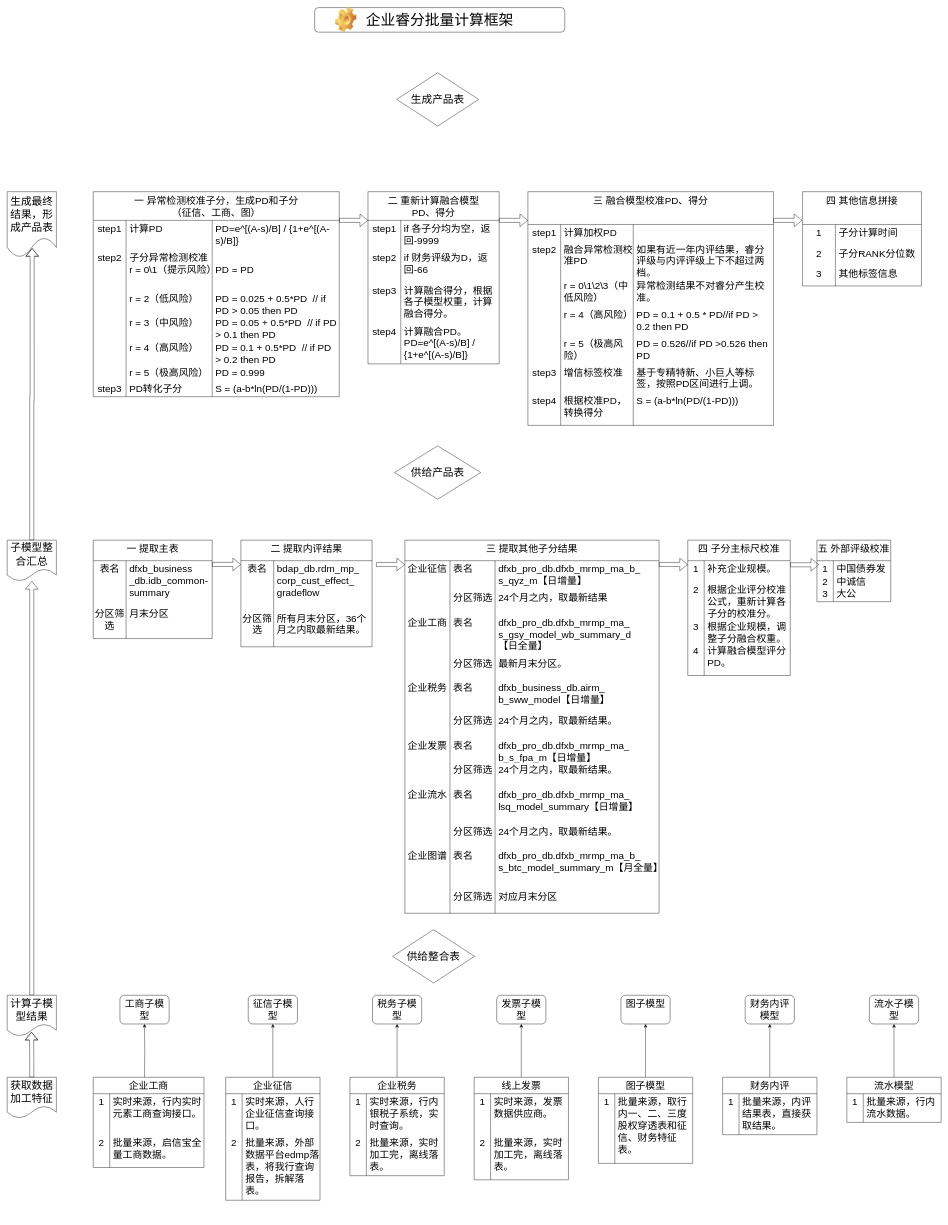
Earlier version of the draw.io diagram 离线睿分-实验室版.drawio (jinhyuzhaogamilcom/three-brother). Source tidied: cells renumbered, new cells numbered last; positions are measured from the earlier drawing's top-left corner, leaving out a move shared by most shapes. Both pictures are drawn from the tidied source at 41%, with x=0, y=0 at pixel (7, 7).
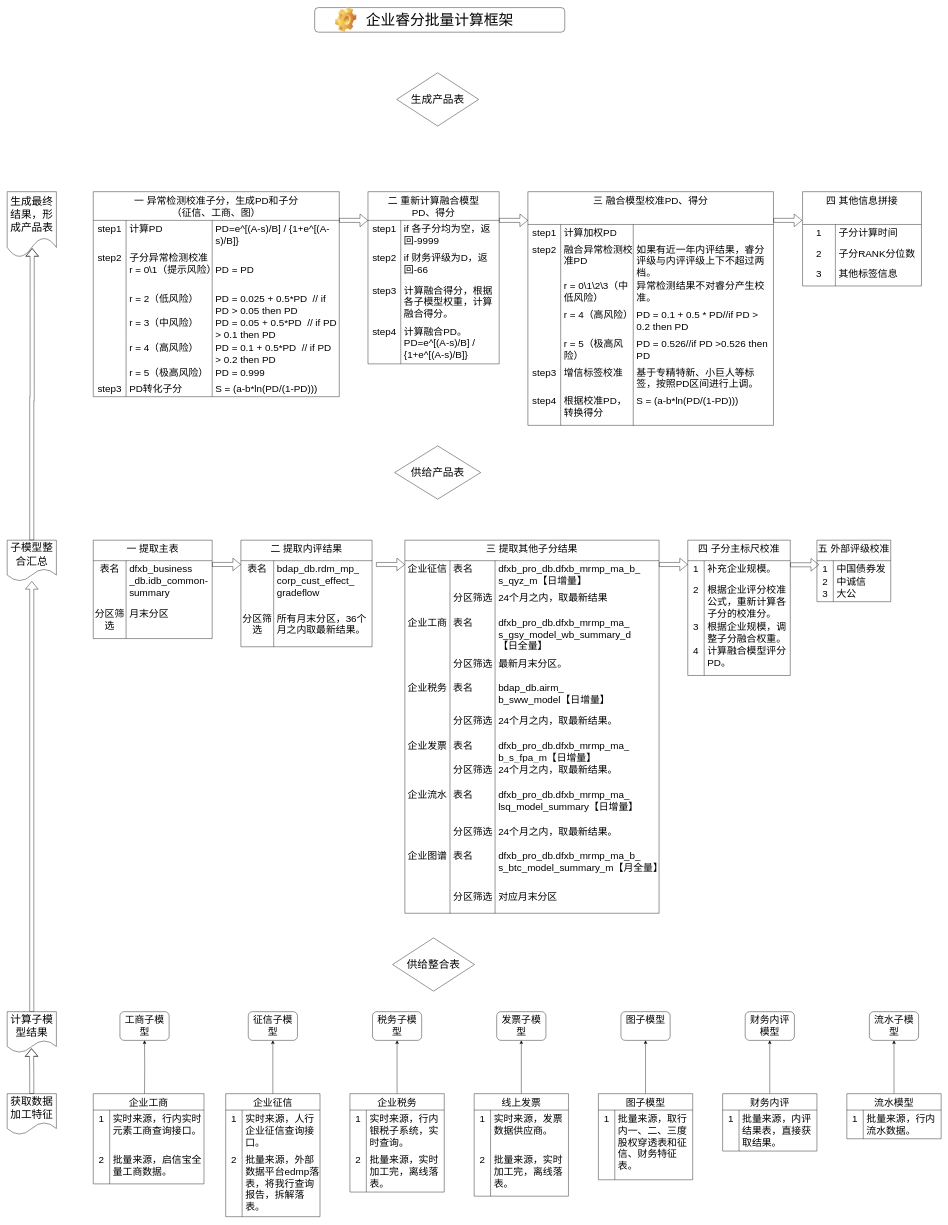
After the change.

Commit message (it also covers changes not shown here):
Update 离线睿分-实验室版.drawio

Unchanged cells that the change refers to:
```xml
<mxCell id="126" style="shape=tableRow;horizontal=0;startSize=0;swimlaneHead=0;swimlaneBody=0;top=0;left=0;bottom=0;right=0;fillColor=none;strokeColor=inherit;fontSize=24;verticalAlign=top;" parent="109" vertex="1">
  <mxGeometry y="340" width="620" height="80" as="geometry" />
</mxCell>
```

Diff of the diagram source:
```diff
@@
     <mxCell id="92" value="&lt;font style=&quot;font-size: 26px;&quot;&gt;计算子模型结果&lt;/font&gt;" style="shape=document;whiteSpace=wrap;html=1;boundedLbl=1;" parent="1" vertex="1">
-      <mxGeometry y="2410" width="120" height="100" as="geometry" />
+      <mxGeometry y="2450" width="120" height="100" as="geometry" />
     </mxCell>
     <mxCell id="93" value="&lt;font style=&quot;font-size: 26px;&quot;&gt;获取数据&lt;br&gt;加工特征&lt;/font&gt;" style="shape=document;whiteSpace=wrap;html=1;boundedLbl=1;" parent="1" vertex="1">
-      <mxGeometry y="2610" width="120" height="100" as="geometry" />
+      <mxGeometry y="2650" width="120" height="100" as="geometry" />
     </mxCell>
     <mxCell id="94" value="&lt;font style=&quot;font-size: 26px;&quot;&gt;供给整合表&lt;/font&gt;" style="rhombus;whiteSpace=wrap;html=1;" parent="1" vertex="1">
-      <mxGeometry x="940" y="2250" width="200" height="130" as="geometry" />
+      <mxGeometry x="940" y="2270" width="200" height="130" as="geometry" />
     </mxCell>
@@
-    <mxCell id="129" value="dfxb_business_db.airm_&lt;br&gt;b_sww_model【日增量】" style="shape=partialRectangle;html=1;whiteSpace=wrap;fillColor=none;top=0;left=0;bottom=0;right=0;align=left;spacingLeft=6;overflow=hidden;strokeColor=inherit;fontSize=24;verticalAlign=top;" parent="126" vertex="1">
+    <mxCell id="129" value="bdap_db.airm_&lt;br&gt;b_sww_model【日增量】" style="shape=partialRectangle;html=1;whiteSpace=wrap;fillColor=none;top=0;left=0;bottom=0;right=0;align=left;spacingLeft=6;overflow=hidden;strokeColor=inherit;fontSize=24;verticalAlign=top;" parent="126" vertex="1">
       <mxGeometry x="220" width="400" height="80" as="geometry" />
     </mxCell>
@@
     <mxCell id="190" style="group;fontSize=24;verticalAlign=top;" parent="1" vertex="1">
-      <mxGeometry x="210" y="2410" width="270" height="380" as="geometry" />
+      <mxGeometry x="210" y="2450" width="270" height="380" as="geometry" />
     </mxCell>
@@
     <mxCell id="200" style="group;fontSize=24;verticalAlign=top;rounded=0;glass=0;" parent="1" vertex="1">
-      <mxGeometry x="533" y="2410" width="230" height="460" as="geometry" />
+      <mxGeometry x="533" y="2450" width="230" height="460" as="geometry" />
     </mxCell>
@@
     <mxCell id="210" style="group;fontSize=24;verticalAlign=top;" parent="1" vertex="1">
-      <mxGeometry x="836" y="2410" width="230" height="350" as="geometry" />
+      <mxGeometry x="836" y="2450" width="230" height="350" as="geometry" />
     </mxCell>
@@
     <mxCell id="220" style="group;fontSize=24;verticalAlign=top;" parent="1" vertex="1">
-      <mxGeometry x="1139" y="2410" width="230" height="350" as="geometry" />
+      <mxGeometry x="1139" y="2450" width="230" height="350" as="geometry" />
     </mxCell>
@@
     <mxCell id="230" style="group;fontSize=24;verticalAlign=top;" parent="1" vertex="1">
-      <mxGeometry x="1442" y="2410" width="230" height="350" as="geometry" />
+      <mxGeometry x="1442" y="2450" width="230" height="350" as="geometry" />
     </mxCell>
@@
     <mxCell id="237" style="group;fontSize=24;verticalAlign=top;" parent="1" vertex="1">
-      <mxGeometry x="1745" y="2410" width="230" height="290" as="geometry" />
+      <mxGeometry x="1745" y="2450" width="230" height="290" as="geometry" />
     </mxCell>
@@
     <mxCell id="244" style="group;fontSize=24;verticalAlign=top;" parent="1" vertex="1">
-      <mxGeometry x="2048" y="2410" width="230" height="290" as="geometry" />
+      <mxGeometry x="2048" y="2450" width="230" height="290" as="geometry" />
     </mxCell>
```
